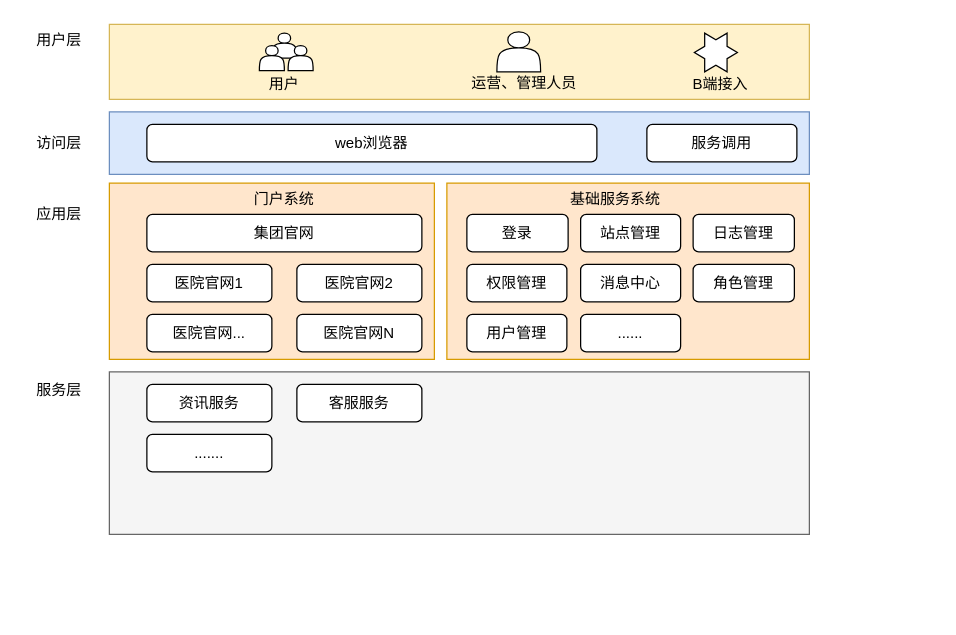
Earlier version of the draw.io diagram 门户系统架构.drawio (kokyjoky/testRealm). Source tidied: cells renumbered, new cells numbered last; positions are measured from the earlier drawing's top-left corner, leaving out a move shared by most shapes. Both pictures are drawn from the tidied source at 125%, with x=0, y=0 at pixel (21, 21).
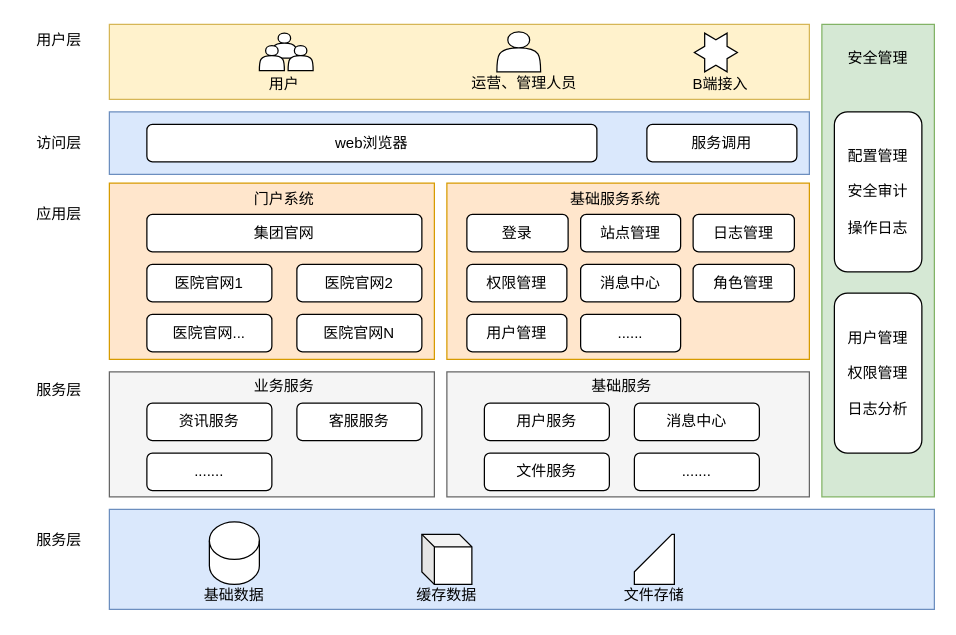
The same page after the edit.

Commit message:
更新门户系统架构.drawio

The edit, as a diff of the source:
```diff
@@
     <mxCell id="22" style="rounded=0;whiteSpace=wrap;html=1;fillColor=#f5f5f5;strokeColor=#666666;fontColor=#333333;" parent="1" vertex="1">
-      <mxGeometry x="70" y="280" width="560" height="130" as="geometry" />
+      <mxGeometry x="70" y="280" width="260" height="100" as="geometry" />
     </mxCell>
@@
     <mxCell id="36" value="资讯服务" style="rounded=1;whiteSpace=wrap;html=1;" parent="1" vertex="1">
-      <mxGeometry x="100" y="290" width="100" height="30" as="geometry" />
+      <mxGeometry x="100" y="305" width="100" height="30" as="geometry" />
     </mxCell>
     <mxCell id="37" value="客服服务" style="rounded=1;whiteSpace=wrap;html=1;" parent="1" vertex="1">
-      <mxGeometry x="220" y="290" width="100" height="30" as="geometry" />
+      <mxGeometry x="220" y="305" width="100" height="30" as="geometry" />
     </mxCell>
     <mxCell id="38" value="......." style="rounded=1;whiteSpace=wrap;html=1;" parent="1" vertex="1">
-      <mxGeometry x="100" y="330" width="100" height="30" as="geometry" />
+      <mxGeometry x="100" y="345" width="100" height="30" as="geometry" />
     </mxCell>
+    <mxCell id="39" value="业务服务" style="text;html=1;strokeColor=none;fillColor=none;align=center;verticalAlign=middle;whiteSpace=wrap;rounded=0;" parent="1" vertex="1">
+      <mxGeometry x="180" y="277" width="60" height="30" as="geometry" />
+    </mxCell>
+    <mxCell id="40" style="rounded=0;whiteSpace=wrap;html=1;fillColor=#f5f5f5;strokeColor=#666666;fontColor=#333333;" parent="1" vertex="1">
+      <mxGeometry x="340" y="280" width="290" height="100" as="geometry" />
+    </mxCell>
+    <mxCell id="41" value="用户服务" style="rounded=1;whiteSpace=wrap;html=1;" parent="1" vertex="1">
+      <mxGeometry x="370" y="305" width="100" height="30" as="geometry" />
+    </mxCell>
+    <mxCell id="42" value="消息中心" style="rounded=1;whiteSpace=wrap;html=1;" parent="1" vertex="1">
+      <mxGeometry x="490" y="305" width="100" height="30" as="geometry" />
+    </mxCell>
+    <mxCell id="43" value="文件服务" style="rounded=1;whiteSpace=wrap;html=1;" parent="1" vertex="1">
+      <mxGeometry x="370" y="345" width="100" height="30" as="geometry" />
+    </mxCell>
+    <mxCell id="44" value="基础服务" style="text;html=1;strokeColor=none;fillColor=none;align=center;verticalAlign=middle;whiteSpace=wrap;rounded=0;" parent="1" vertex="1">
+      <mxGeometry x="450" y="277" width="60" height="30" as="geometry" />
+    </mxCell>
+    <mxCell id="45" value="......." style="rounded=1;whiteSpace=wrap;html=1;" parent="1" vertex="1">
+      <mxGeometry x="490" y="345" width="100" height="30" as="geometry" />
+    </mxCell>
+    <mxCell id="46" value="服务层" style="text;html=1;strokeColor=none;fillColor=none;align=center;verticalAlign=middle;whiteSpace=wrap;rounded=0;" parent="1" vertex="1">
+      <mxGeometry y="400" width="60" height="30" as="geometry" />
+    </mxCell>
+    <mxCell id="47" style="rounded=0;whiteSpace=wrap;html=1;fillColor=#dae8fc;strokeColor=#6c8ebf;" parent="1" vertex="1">
+      <mxGeometry x="70" y="390" width="660" height="80" as="geometry" />
+    </mxCell>
+    <mxCell id="48" style="shape=cylinder3;whiteSpace=wrap;html=1;boundedLbl=1;backgroundOutline=1;size=15;" parent="1" vertex="1">
+      <mxGeometry x="150" y="400" width="40" height="50" as="geometry" />
+    </mxCell>
+    <mxCell id="49" value="基础数据" style="text;html=1;strokeColor=none;fillColor=none;align=center;verticalAlign=middle;whiteSpace=wrap;rounded=0;" parent="1" vertex="1">
+      <mxGeometry x="140" y="444" width="60" height="30" as="geometry" />
+    </mxCell>
+    <mxCell id="50" style="shape=cube;whiteSpace=wrap;html=1;boundedLbl=1;backgroundOutline=1;darkOpacity=0.05;darkOpacity2=0.1;size=10;" parent="1" vertex="1">
+      <mxGeometry x="320" y="410" width="40" height="40" as="geometry" />
+    </mxCell>
+    <mxCell id="51" value="缓存数据" style="text;html=1;strokeColor=none;fillColor=none;align=center;verticalAlign=middle;whiteSpace=wrap;rounded=0;" parent="1" vertex="1">
+      <mxGeometry x="310" y="444" width="60" height="30" as="geometry" />
+    </mxCell>
+    <mxCell id="52" style="shape=card;whiteSpace=wrap;html=1;" parent="1" vertex="1">
+      <mxGeometry x="490" y="410" width="32" height="40" as="geometry" />
+    </mxCell>
+    <mxCell id="53" value="文件存储" style="text;html=1;strokeColor=none;fillColor=none;align=center;verticalAlign=middle;whiteSpace=wrap;rounded=0;" parent="1" vertex="1">
+      <mxGeometry x="476" y="444" width="60" height="30" as="geometry" />
+    </mxCell>
+    <mxCell id="54" style="rounded=0;whiteSpace=wrap;html=1;fillColor=#d5e8d4;strokeColor=#82b366;" parent="1" vertex="1">
+      <mxGeometry x="640" y="2" width="90" height="378" as="geometry" />
+    </mxCell>
+    <mxCell id="55" value="安全管理" style="text;html=1;strokeColor=none;fillColor=none;align=center;verticalAlign=middle;whiteSpace=wrap;rounded=0;" parent="1" vertex="1">
+      <mxGeometry x="655" y="14" width="60" height="30" as="geometry" />
+    </mxCell>
+    <mxCell id="56" value="配置管理&lt;br&gt;&lt;br&gt;安全审计&lt;br&gt;&lt;br&gt;操作日志" style="rounded=1;whiteSpace=wrap;html=1;" parent="1" vertex="1">
+      <mxGeometry x="650" y="72" width="70" height="128" as="geometry" />
+    </mxCell>
+    <mxCell id="57" value="用户管理&lt;br&gt;&lt;br&gt;权限管理&lt;br&gt;&lt;br&gt;日志分析" style="rounded=1;whiteSpace=wrap;html=1;" parent="1" vertex="1">
+      <mxGeometry x="650" y="217" width="70" height="128" as="geometry" />
+    </mxCell>
```
